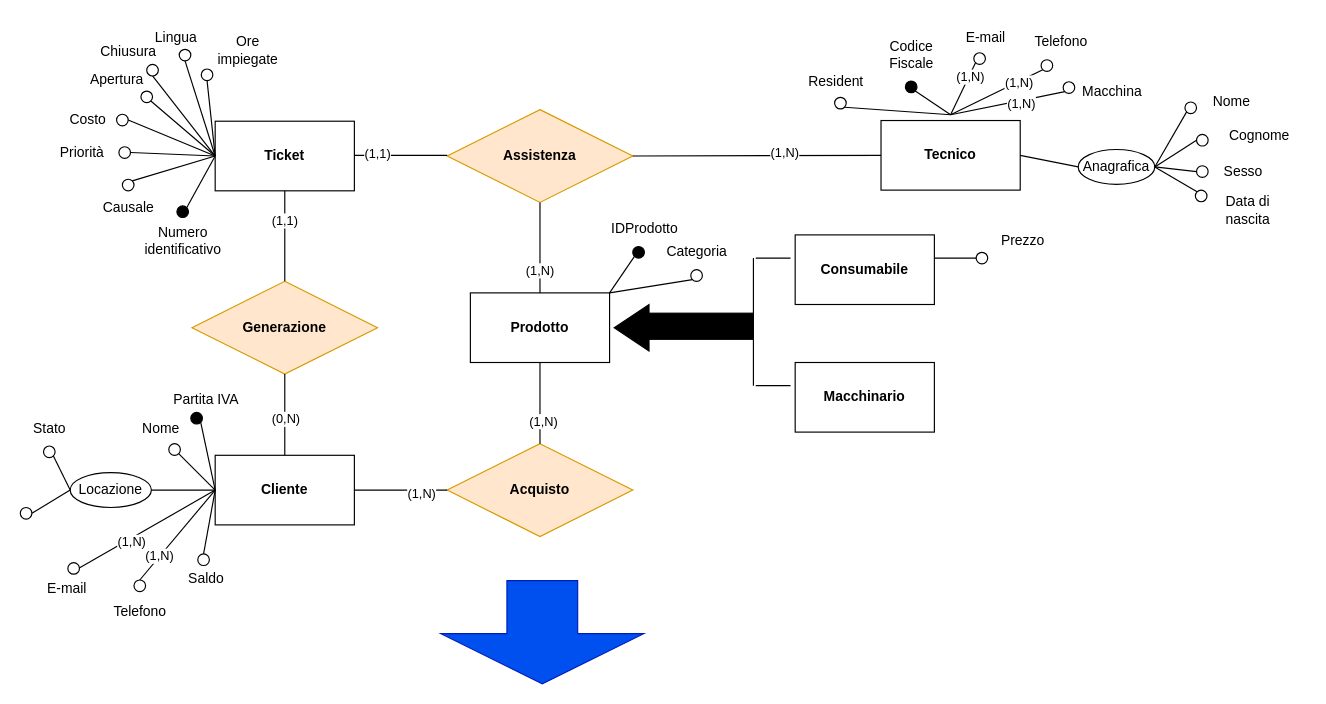
Above: Diagrammi/generalizzazione1.drawio in fedeStaffo/Progetto_Basi_di_dati (draw.io), before the change. Source tidied: cells renumbered, new cells numbered last; positions are measured from the earlier drawing's top-left corner, leaving out a move shared by most shapes. Both pictures are drawn from the tidied source at 116%, with x=0, y=0 at pixel (20, 20).
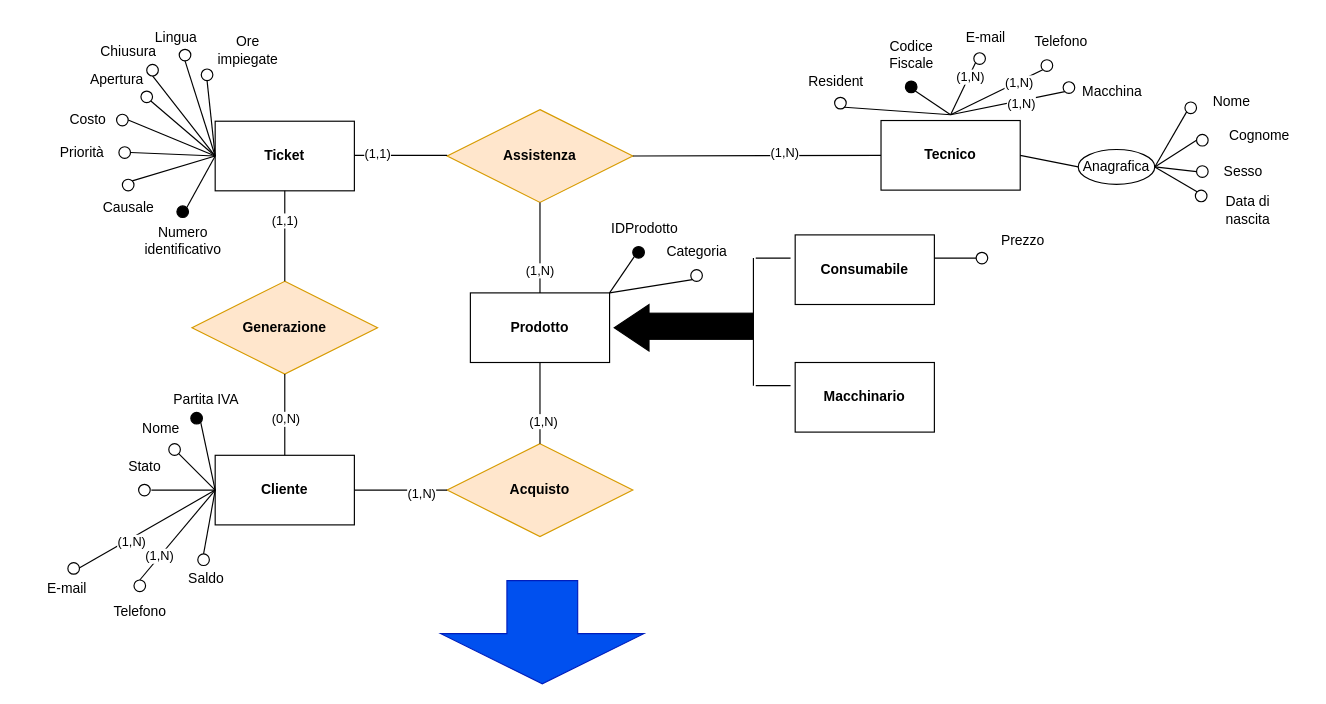
The same diagram, later.

The change refers to these unchanged cells:
```xml
<mxCell id="2" value="&lt;b&gt;Cliente&lt;/b&gt;" style="rounded=0;whiteSpace=wrap;html=1;" parent="1" vertex="1">
  <mxGeometry x="168" y="375" width="120" height="60" as="geometry" />
</mxCell>
```

Change to the diagram source:
```diff
@@
     <mxCell id="39" style="ellipse;whiteSpace=wrap;html=1;" parent="1" vertex="1">
-      <mxGeometry x="20" y="367" width="10" height="10" as="geometry" />
+      <mxGeometry x="102" y="400" width="10" height="10" as="geometry" />
     </mxCell>
@@
-    <mxCell id="42" value="Locazione" style="ellipse;whiteSpace=wrap;html=1;fillColor=#FFFFFF;" parent="1" vertex="1">
-      <mxGeometry x="43" y="390" width="70" height="30" as="geometry" />
-    </mxCell>
     <mxCell id="43" value="Stato" style="text;html=1;align=center;verticalAlign=middle;strokeColor=none;fillColor=none;" parent="1" vertex="1">
-      <mxGeometry y="337" width="50" height="30" as="geometry" />
+      <mxGeometry x="82" y="370" width="50" height="30" as="geometry" />
     </mxCell>
-    <mxCell id="44" style="ellipse;whiteSpace=wrap;html=1;" parent="1" vertex="1">
-      <mxGeometry y="420" width="10" height="10" as="geometry" />
-    </mxCell>
@@
-    <mxCell id="50" style="endArrow=none;html=1;rounded=0;entryX=0;entryY=0.5;entryDx=0;entryDy=0;exitX=1;exitY=0.5;exitDx=0;exitDy=0;" parent="1" edge="1" source="42" target="2">
-      <mxGeometry relative="1" as="geometry" />
+    <mxCell id="50" style="endArrow=none;html=1;rounded=0;entryX=0;entryY=0.5;entryDx=0;entryDy=0;exitX=1;exitY=0.5;exitDx=0;exitDy=0;" parent="1" edge="1" target="2">
+      <mxGeometry relative="1" as="geometry">
+        <mxPoint x="113" y="405" as="sourcePoint" />
+      </mxGeometry>
     </mxCell>
@@
-    <mxCell id="58" style="endArrow=none;html=1;rounded=0;entryX=1;entryY=1;entryDx=0;entryDy=0;exitX=0;exitY=0.5;exitDx=0;exitDy=0;" parent="1" edge="1" source="42" target="39">
-      <mxGeometry relative="1" as="geometry" />
-    </mxCell>
-    <mxCell id="59" style="endArrow=none;html=1;rounded=0;entryX=1;entryY=0.5;entryDx=0;entryDy=0;exitX=0;exitY=0.5;exitDx=0;exitDy=0;" parent="1" edge="1" source="42" target="44">
-      <mxGeometry relative="1" as="geometry" />
-    </mxCell>
```
